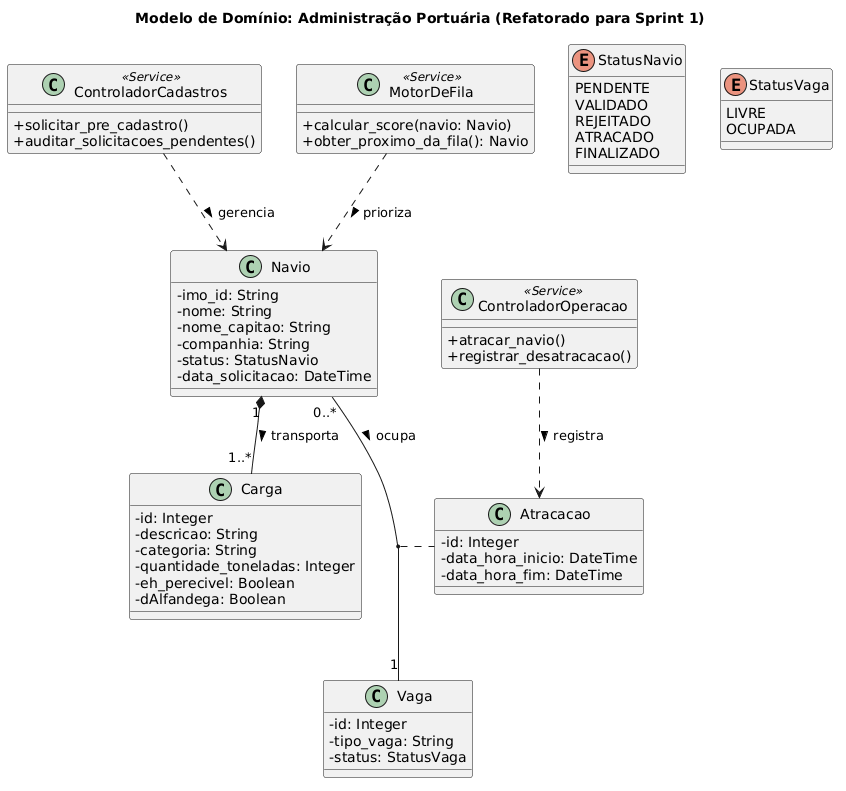
This is Docs/Diagramas/Imagens/Classes.png from Lucas2Araujo/App_ADMPortuaria, a PlantUML export, as it was before one commit.
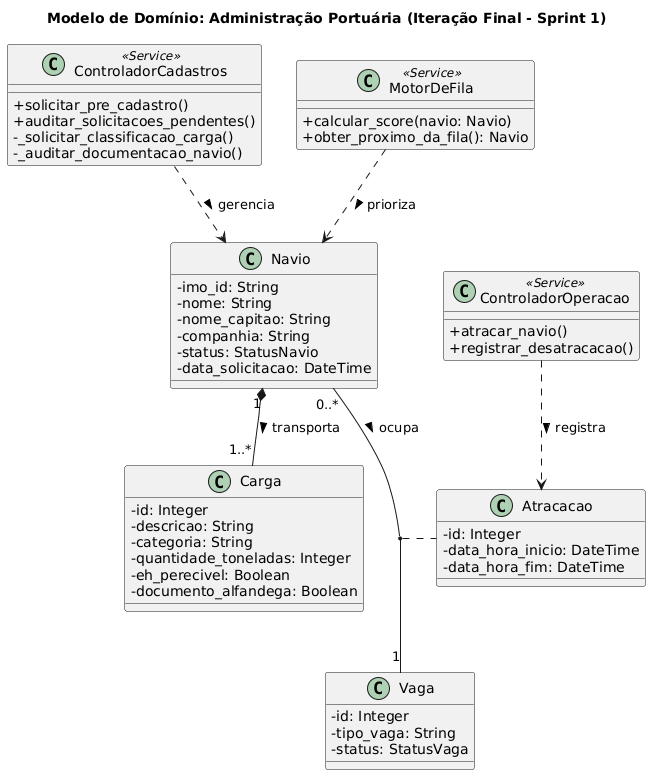
The same file after the commit.

Diff of the diagram source:
```diff
@@ -1,19 +1,6 @@
 @startuml
-title Modelo de Domínio: Administração Portuária (Refatorado para Sprint 1)
+title Modelo de Domínio: Administração Portuária (Iteração Final - Sprint 1)
 skinparam classAttributeIconSize 0
-
-enum StatusNavio {
-  PENDENTE
-  VALIDADO
-  REJEITADO
-  ATRACADO
-  FINALIZADO
-}
-
-enum StatusVaga {
-  LIVRE
-  OCUPADA
-}
 
 class Navio {
   - imo_id: String
@@ -30,7 +17,7 @@
   - categoria: String
   - quantidade_toneladas: Integer
   - eh_perecivel: Boolean
-  - dAlfandega: Boolean
+  - documento_alfandega: Boolean
 }
 
 class Vaga {
@@ -48,6 +35,8 @@
 class ControladorCadastros <<Service>> {
   + solicitar_pre_cadastro()
   + auditar_solicitacoes_pendentes()
+  - _solicitar_classificacao_carga()
+  - _auditar_documentacao_navio()
 }
 
 class MotorDeFila <<Service>> {
```
